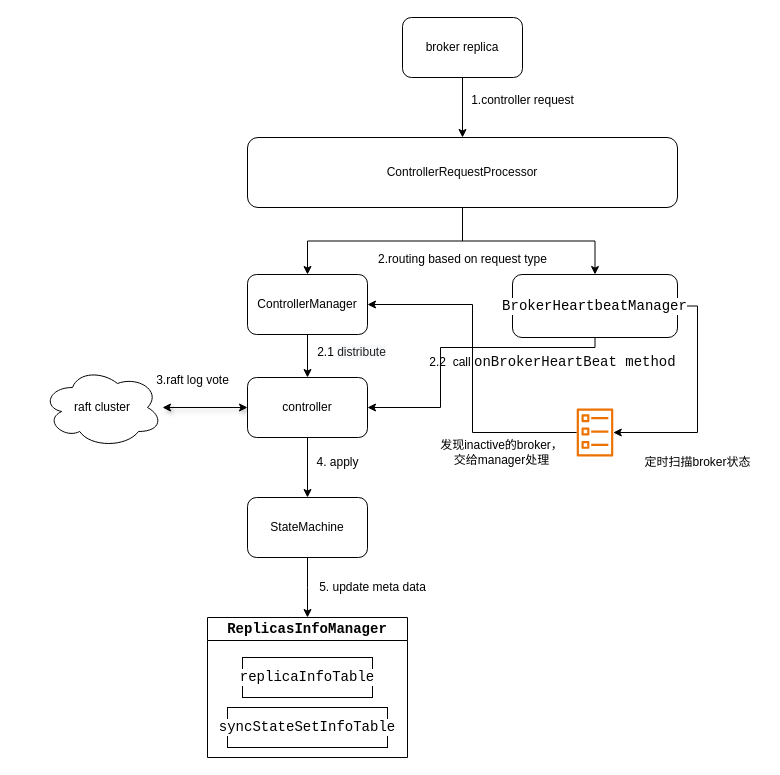
The draw.io diagram rocketmq controller structure.drawio in Willhow-Gao/drawIOStore, before the edit. Source tidied: cells renumbered, new cells numbered last; positions are measured from the earlier drawing's top-left corner, leaving out a move shared by most shapes. Both pictures are drawn from the tidied source at 100%, with x=0, y=0 at pixel (42, 17).
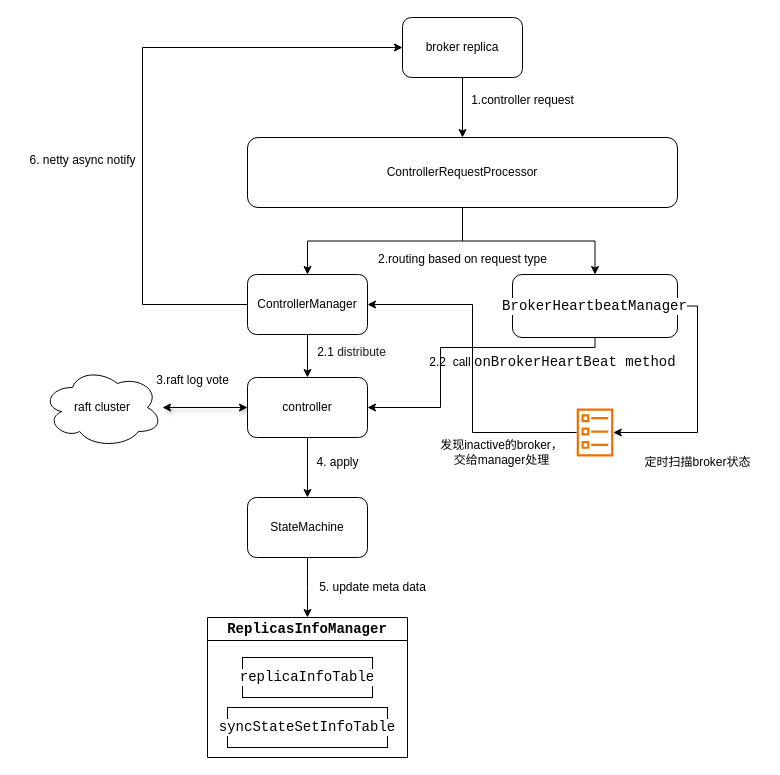
The same page after the edit.

The change refers to these unchanged cells:
```xml
<mxCell id="3" value="&lt;div class=&quot;lake-content&quot;&gt;&lt;span class=&quot;ne-text&quot;&gt;ControllerManager&lt;/span&gt;&lt;/div&gt;" style="rounded=1;whiteSpace=wrap;html=1;" parent="1" vertex="1">
  <mxGeometry x="205" y="257" width="120" height="60" as="geometry" />
</mxCell>
<mxCell id="13" value="broker replica" style="rounded=1;whiteSpace=wrap;html=1;" parent="1" vertex="1">
  <mxGeometry x="360" width="120" height="60" as="geometry" />
</mxCell>
```

Change to the diagram source:
```diff
@@
+    <mxCell id="32" style="edgeStyle=orthogonalEdgeStyle;rounded=0;jettySize=auto;html=1;entryX=0;entryY=0.5;entryDx=0;entryDy=0;" parent="1" edge="1" source="3" target="13">
+      <mxGeometry relative="1" as="geometry">
+        <Array as="points">
+          <mxPoint x="100" y="287" />
+          <mxPoint x="100" y="30" />
+        </Array>
+      </mxGeometry>
+    </mxCell>
@@
+    <mxCell id="33" value="6. netty async notify" style="text;html=1;align=center;verticalAlign=middle;strokeColor=none;fillColor=none;" parent="1" vertex="1">
+      <mxGeometry x="-25" y="128" width="130" height="30" as="geometry" />
+    </mxCell>
```
